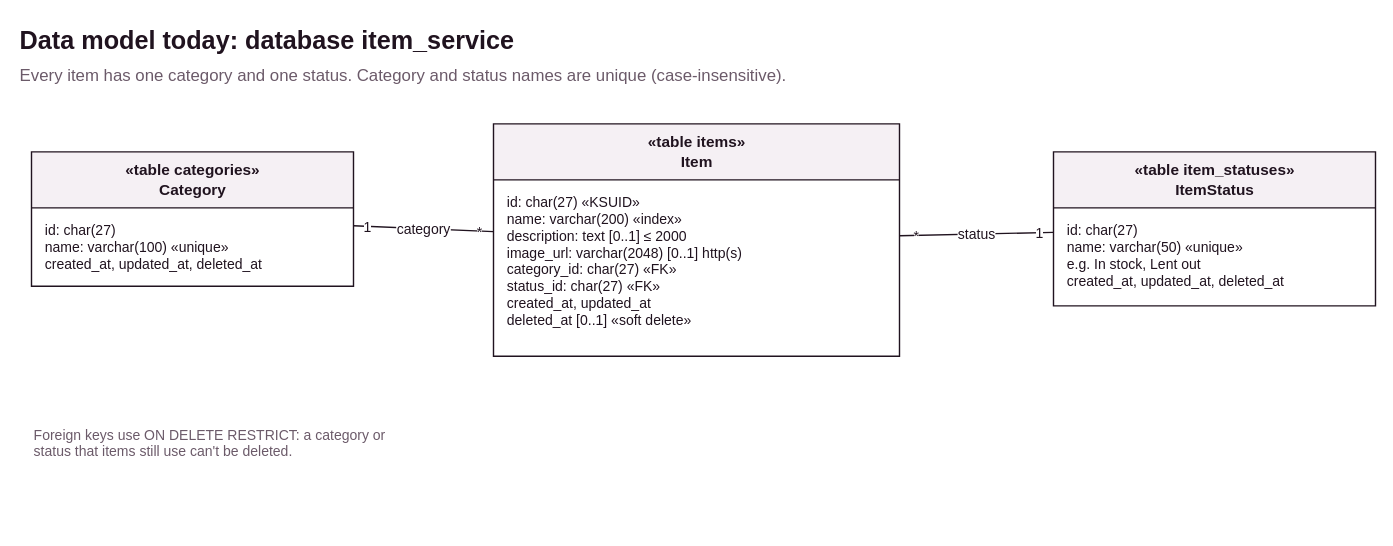
Earlier version of the draw.io export services/item-service/docs/data-model.svg (jochem11/inventory-manager). Source tidied: cells renumbered, new cells last; positions are measured from the earlier drawing's top-left corner, leaving out a move shared by most shapes.
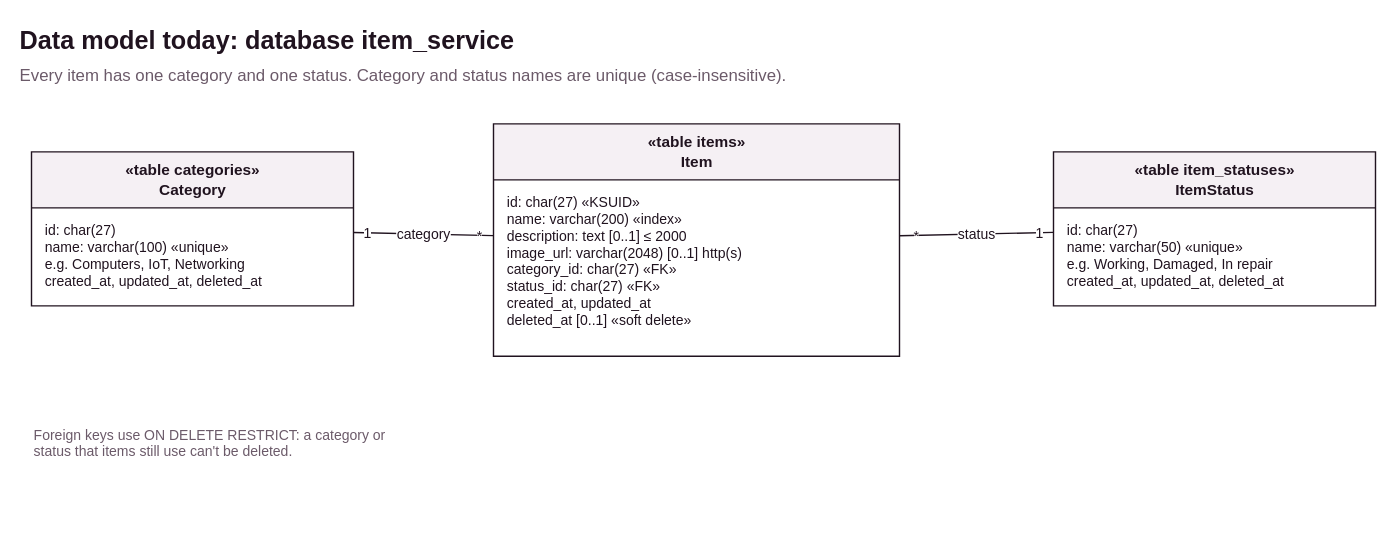
After the commit.

What changed in the source:
```diff
@@ -6,7 +6,7 @@
       <mxGeometry x="340" y="76" width="290" height="166" as="geometry" />
     </mxCell>
     <mxCell id="3" value="«table categories»&lt;br&gt;&lt;b&gt;Category&lt;/b&gt;" style="swimlane;html=1;startSize=40;fillColor=#f5f0f4;strokeColor=#20131f;fontSize=11;fontColor=#20131f;horizontal=1;swimlaneFillColor=#ffffff;fontFamily=Helvetica;" parent="1" vertex="1">
-      <mxGeometry x="10" y="96" width="230" height="96" as="geometry" />
+      <mxGeometry x="10" y="96" width="230" height="110" as="geometry" />
     </mxCell>
     <mxCell id="4" value="«table item_statuses»&lt;br&gt;&lt;b&gt;ItemStatus&lt;/b&gt;" style="swimlane;html=1;startSize=40;fillColor=#f5f0f4;strokeColor=#20131f;fontSize=11;fontColor=#20131f;horizontal=1;swimlaneFillColor=#ffffff;fontFamily=Helvetica;" parent="1" vertex="1">
       <mxGeometry x="740" y="96" width="230" height="110" as="geometry" />
@@ -14,10 +14,10 @@
     <mxCell id="5" value="id: char(27)  «KSUID»&lt;br&gt;name: varchar(200)  «index»&lt;br&gt;description: text  [0..1]  ≤ 2000&lt;br&gt;image_url: varchar(2048)  [0..1]  http(s)&lt;br&gt;category_id: char(27)  «FK»&lt;br&gt;status_id: char(27)  «FK»&lt;br&gt;created_at, updated_at&lt;br&gt;deleted_at  [0..1]  «soft delete»" style="text;html=1;align=left;verticalAlign=top;spacingLeft=8;spacingTop=4;fontSize=10;fontColor=#20131f;whiteSpace=wrap;fontFamily=Helvetica;" parent="2" vertex="1">
       <mxGeometry y="40" width="290" height="126" as="geometry" />
     </mxCell>
-    <mxCell id="6" value="id: char(27)&lt;br&gt;name: varchar(100)  «unique»&lt;br&gt;created_at, updated_at, deleted_at" style="text;html=1;align=left;verticalAlign=top;spacingLeft=8;spacingTop=4;fontSize=10;fontColor=#20131f;whiteSpace=wrap;fontFamily=Helvetica;" parent="3" vertex="1">
-      <mxGeometry y="40" width="230" height="56" as="geometry" />
+    <mxCell id="6" value="id: char(27)&lt;br&gt;name: varchar(100)  «unique»&lt;br&gt;e.g. Computers, IoT, Networking&lt;br&gt;created_at, updated_at, deleted_at" style="text;html=1;align=left;verticalAlign=top;spacingLeft=8;spacingTop=4;fontSize=10;fontColor=#20131f;whiteSpace=wrap;fontFamily=Helvetica;" parent="3" vertex="1">
+      <mxGeometry y="40" width="230" height="70" as="geometry" />
     </mxCell>
-    <mxCell id="7" value="id: char(27)&lt;br&gt;name: varchar(50)  «unique»&lt;br&gt;e.g. In stock, Lent out&lt;br&gt;created_at, updated_at, deleted_at" style="text;html=1;align=left;verticalAlign=top;spacingLeft=8;spacingTop=4;fontSize=10;fontColor=#20131f;whiteSpace=wrap;fontFamily=Helvetica;" parent="4" vertex="1">
+    <mxCell id="7" value="id: char(27)&lt;br&gt;name: varchar(50)  «unique»&lt;br&gt;e.g. Working, Damaged, In repair&lt;br&gt;created_at, updated_at, deleted_at" style="text;html=1;align=left;verticalAlign=top;spacingLeft=8;spacingTop=4;fontSize=10;fontColor=#20131f;whiteSpace=wrap;fontFamily=Helvetica;" parent="4" vertex="1">
       <mxGeometry y="40" width="230" height="70" as="geometry" />
     </mxCell>
     <mxCell id="8" value="category" style="html=1;rounded=0;endArrow=none;fontSize=10;strokeColor=#20131f;fontColor=#20131f;labelBackgroundColor=#ffffff;fontFamily=Helvetica;" parent="1" edge="1" source="3" target="2">
```
